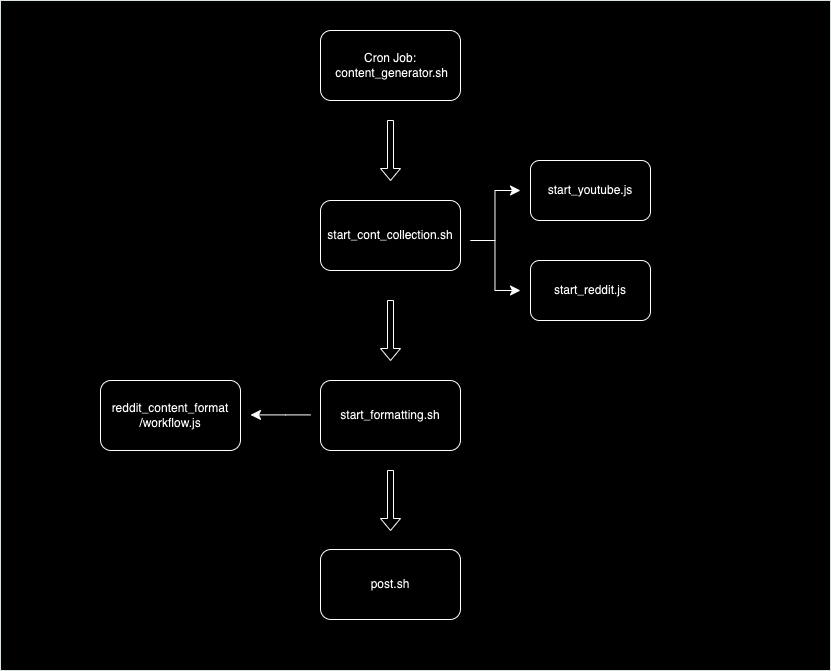
The draw.io diagram diagrams/auto_cont_gen.drawio.png in KChun510/MediaMind, before a commit. Source tidied: cells renumbered, new cells last; positions are measured from the earlier drawing's top-left corner, leaving out a move shared by most shapes. Source of this version:
```xml
<mxGraphModel>
  <root>
    <mxCell id="0" />
    <mxCell id="1" parent="0" />
    <mxCell id="2" style="verticalLabelPosition=bottom;verticalAlign=top;html=1;shadow=0;dashed=0;strokeWidth=1;shape=mxgraph.ios.iBgFlat;strokeColor=#18211b;" parent="1" vertex="1">
      <mxGeometry width="830" height="670" as="geometry" />
    </mxCell>
    <mxCell id="3" value="Cron Job:&lt;br&gt;&amp;nbsp;content_generator.sh" style="rounded=1;whiteSpace=wrap;html=1;" parent="1" vertex="1">
      <mxGeometry x="320" y="30" width="140" height="70" as="geometry" />
    </mxCell>
    <mxCell id="4" style="shape=singleArrow;direction=south;whiteSpace=wrap;html=1;" parent="1" vertex="1">
      <mxGeometry x="380" y="120" width="20" height="60" as="geometry" />
    </mxCell>
    <mxCell id="5" value="start_cont_collection.sh" style="rounded=1;whiteSpace=wrap;html=1;" parent="1" vertex="1">
      <mxGeometry x="320" y="200" width="140" height="70" as="geometry" />
    </mxCell>
    <mxCell id="6" style="edgeStyle=elbowEdgeStyle;elbow=horizontal;endArrow=classic;html=1;curved=0;rounded=0;endSize=8;startSize=8;" parent="1" edge="1">
      <mxGeometry relative="1" as="geometry">
        <mxPoint x="470" y="240" as="sourcePoint" />
        <mxPoint x="520" y="190" as="targetPoint" />
      </mxGeometry>
    </mxCell>
    <mxCell id="7" style="edgeStyle=elbowEdgeStyle;elbow=horizontal;endArrow=classic;html=1;curved=0;rounded=0;endSize=8;startSize=8;" parent="1" edge="1">
      <mxGeometry relative="1" as="geometry">
        <mxPoint x="470" y="240" as="sourcePoint" />
        <mxPoint x="520" y="290" as="targetPoint" />
      </mxGeometry>
    </mxCell>
    <mxCell id="8" value="start_reddit.js" style="rounded=1;whiteSpace=wrap;html=1;" parent="1" vertex="1">
      <mxGeometry x="530" y="260" width="120" height="60" as="geometry" />
    </mxCell>
    <mxCell id="9" value="start_youtube.js" style="rounded=1;whiteSpace=wrap;html=1;" parent="1" vertex="1">
      <mxGeometry x="530" y="160" width="120" height="60" as="geometry" />
    </mxCell>
    <mxCell id="10" style="shape=singleArrow;direction=south;whiteSpace=wrap;html=1;" parent="1" vertex="1">
      <mxGeometry x="380" y="300" width="20" height="60" as="geometry" />
    </mxCell>
    <mxCell id="11" value="start_formatting.sh" style="rounded=1;whiteSpace=wrap;html=1;" parent="1" vertex="1">
      <mxGeometry x="320" y="380" width="140" height="70" as="geometry" />
    </mxCell>
    <mxCell id="12" style="edgeStyle=elbowEdgeStyle;elbow=horizontal;endArrow=classic;html=1;curved=0;rounded=0;endSize=8;startSize=8;" parent="1" edge="1">
      <mxGeometry relative="1" as="geometry">
        <mxPoint x="310" y="414.4" as="sourcePoint" />
        <mxPoint x="250" y="414.4" as="targetPoint" />
        <Array as="points">
          <mxPoint x="285" y="414.4" />
        </Array>
      </mxGeometry>
    </mxCell>
    <mxCell id="13" value="reddit_content_format&lt;div&gt;/workflow.js&lt;/div&gt;" style="rounded=1;html=1;whiteSpace=wrap;" parent="1" vertex="1">
      <mxGeometry x="100" y="380" width="140" height="70" as="geometry" />
    </mxCell>
    <mxCell id="14" style="shape=singleArrow;direction=south;whiteSpace=wrap;html=1;" parent="1" vertex="1">
      <mxGeometry x="380" y="470" width="20" height="60" as="geometry" />
    </mxCell>
    <mxCell id="15" value="post.sh" style="rounded=1;html=1;whiteSpace=wrap;" parent="1" vertex="1">
      <mxGeometry x="320" y="549" width="140" height="70" as="geometry" />
    </mxCell>
  </root>
</mxGraphModel>
```
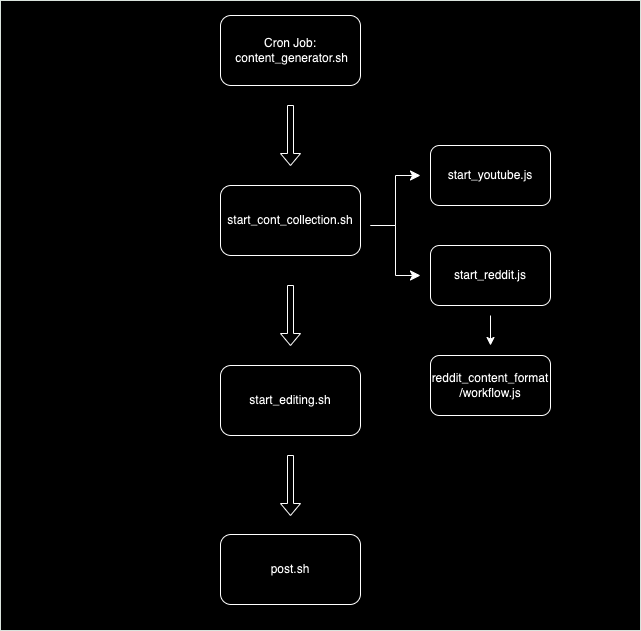
After the change.

Change to the diagram source:
```diff
@@ -2,9 +2,9 @@
   <root>
     <mxCell id="0" />
     <mxCell id="1" parent="0" />
-    <mxCell id="2" style="verticalLabelPosition=bottom;verticalAlign=top;html=1;shadow=0;dashed=0;strokeWidth=1;shape=mxgraph.ios.iBgFlat;strokeColor=#18211b;" parent="1" vertex="1">
-      <mxGeometry width="830" height="670" as="geometry" />
-    </mxCell>
+    <mxCell id="16" style="verticalLabelPosition=bottom;verticalAlign=top;html=1;shadow=0;dashed=0;strokeWidth=1;shape=mxgraph.ios.iBgFlat;strokeColor=#18211b;" parent="1" vertex="1">
+      <mxGeometry x="100" y="15" width="640" height="630" as="geometry" />
+    </mxCell>
     <mxCell id="3" value="Cron Job:&lt;br&gt;&amp;nbsp;content_generator.sh" style="rounded=1;whiteSpace=wrap;html=1;" parent="1" vertex="1">
       <mxGeometry x="320" y="30" width="140" height="70" as="geometry" />
     </mxCell>
@@ -35,26 +35,23 @@
     <mxCell id="10" style="shape=singleArrow;direction=south;whiteSpace=wrap;html=1;" parent="1" vertex="1">
       <mxGeometry x="380" y="300" width="20" height="60" as="geometry" />
     </mxCell>
-    <mxCell id="11" value="start_formatting.sh" style="rounded=1;whiteSpace=wrap;html=1;" parent="1" vertex="1">
+    <mxCell id="11" value="start_editing.sh" style="rounded=1;whiteSpace=wrap;html=1;" parent="1" vertex="1">
       <mxGeometry x="320" y="380" width="140" height="70" as="geometry" />
     </mxCell>
-    <mxCell id="12" style="edgeStyle=elbowEdgeStyle;elbow=horizontal;endArrow=classic;html=1;curved=0;rounded=0;endSize=8;startSize=8;" parent="1" edge="1">
-      <mxGeometry relative="1" as="geometry">
-        <mxPoint x="310" y="414.4" as="sourcePoint" />
-        <mxPoint x="250" y="414.4" as="targetPoint" />
-        <Array as="points">
-          <mxPoint x="285" y="414.4" />
-        </Array>
-      </mxGeometry>
-    </mxCell>
-    <mxCell id="13" value="reddit_content_format&lt;div&gt;/workflow.js&lt;/div&gt;" style="rounded=1;html=1;whiteSpace=wrap;" parent="1" vertex="1">
-      <mxGeometry x="100" y="380" width="140" height="70" as="geometry" />
-    </mxCell>
     <mxCell id="14" style="shape=singleArrow;direction=south;whiteSpace=wrap;html=1;" parent="1" vertex="1">
       <mxGeometry x="380" y="470" width="20" height="60" as="geometry" />
     </mxCell>
     <mxCell id="15" value="post.sh" style="rounded=1;html=1;whiteSpace=wrap;" parent="1" vertex="1">
       <mxGeometry x="320" y="549" width="140" height="70" as="geometry" />
     </mxCell>
+    <mxCell id="13" value="reddit_content_format&lt;div&gt;/workflow.js&lt;/div&gt;" style="rounded=1;html=1;whiteSpace=wrap;" parent="1" vertex="1">
+      <mxGeometry x="530" y="370" width="120" height="60" as="geometry" />
+    </mxCell>
+    <mxCell id="17" style="endArrow=classic;html=1;rounded=0;" parent="1" edge="1">
+      <mxGeometry relative="1" as="geometry">
+        <mxPoint x="590" y="330" as="sourcePoint" />
+        <mxPoint x="590" y="360" as="targetPoint" />
+      </mxGeometry>
+    </mxCell>
   </root>
 </mxGraphModel>
```
